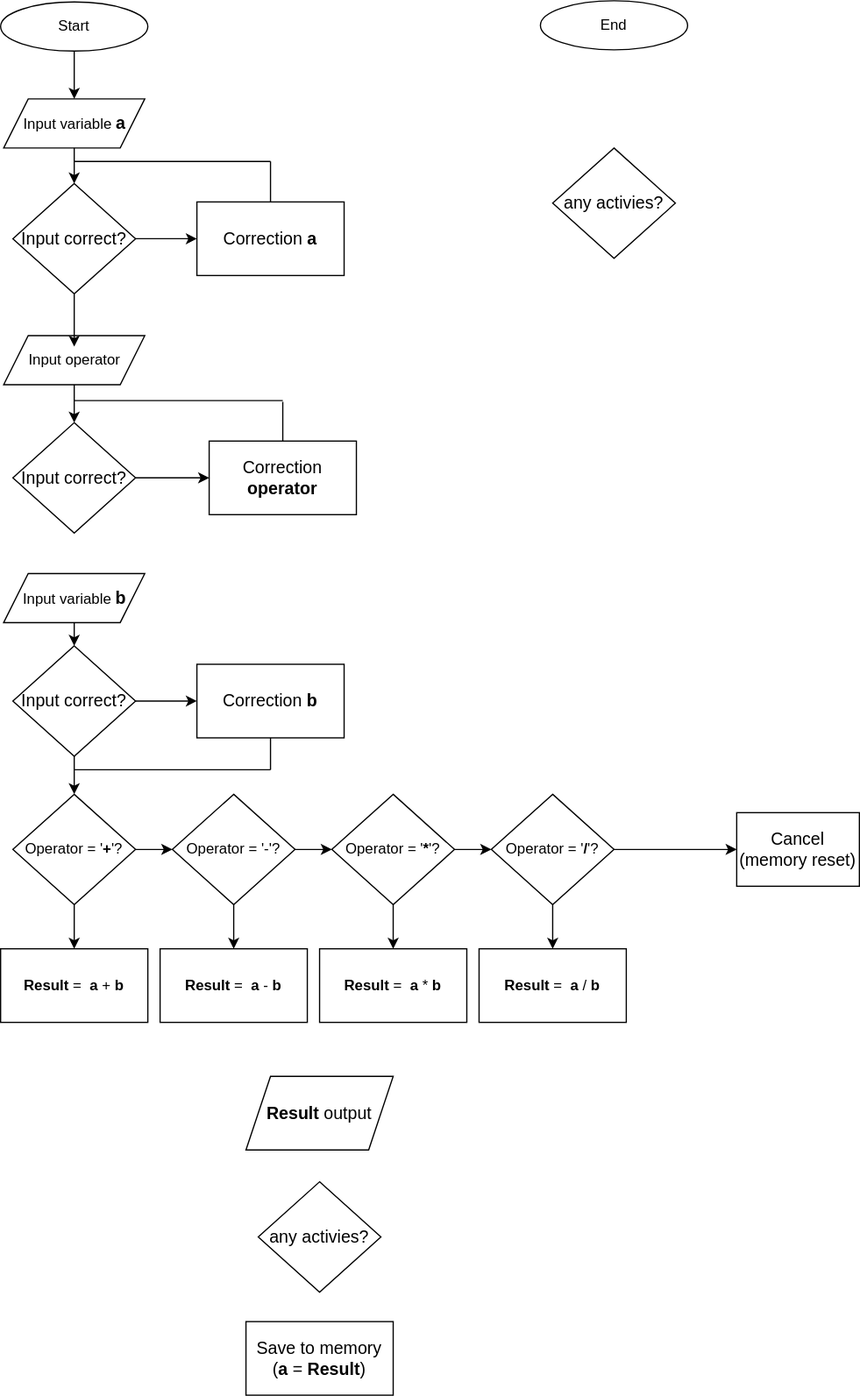
Earlier version of the draw.io export calculator.drawio.svg (nfedetsky/data_science). Source tidied: cells renumbered, new cells last; positions are measured from the earlier drawing's top-left corner, leaving out a move shared by most shapes.
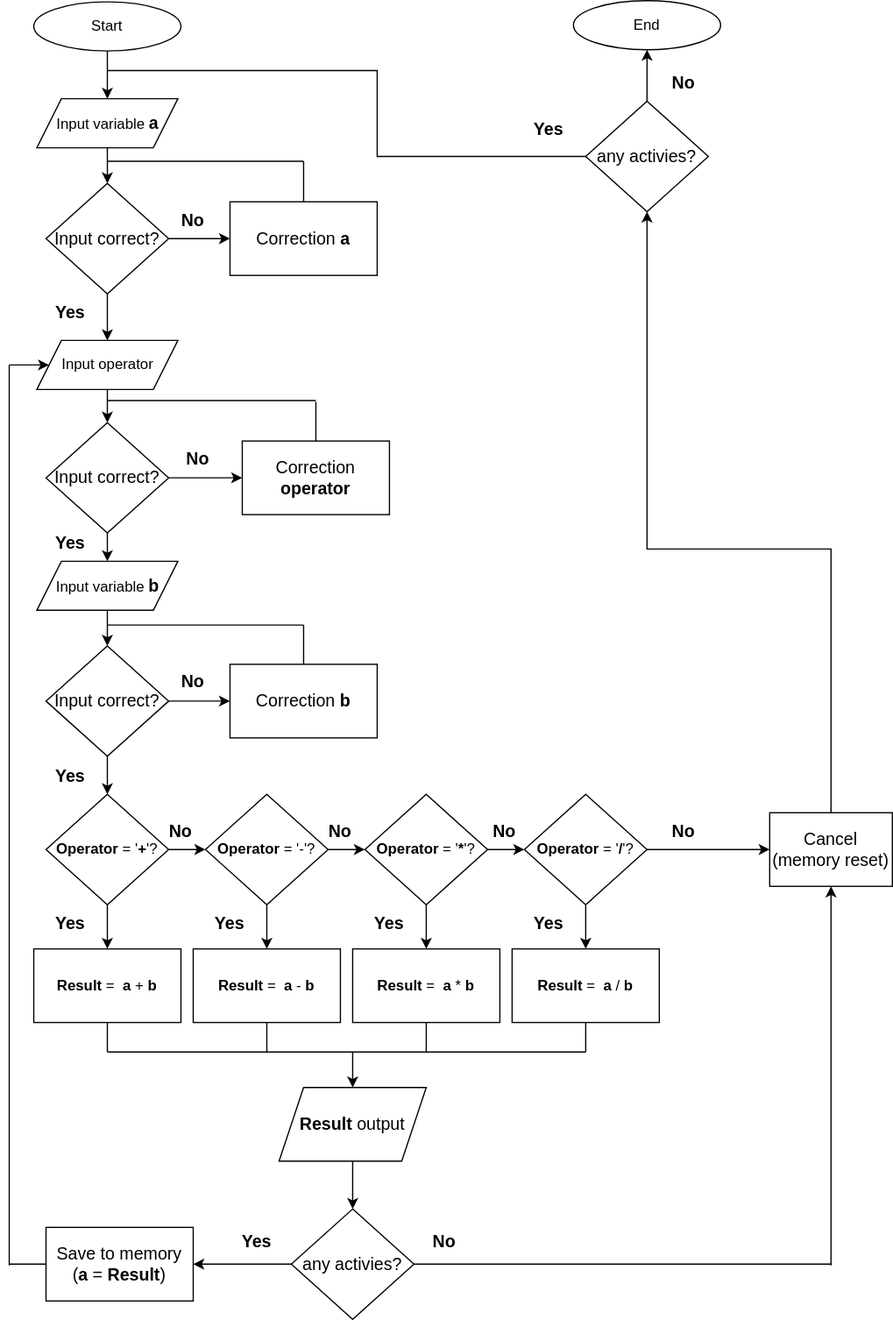
After the commit.

The edit, as a diff of the source:
```diff
@@ -9,21 +9,21 @@
       <mxGeometry x="2.5" y="80" width="115" height="40" as="geometry" />
     </mxCell>
     <mxCell id="4" value="Input operator" style="shape=parallelogram;perimeter=parallelogramPerimeter;whiteSpace=wrap;html=1;fixedSize=1;" parent="1" vertex="1">
-      <mxGeometry x="2.5" y="273" width="115" height="40" as="geometry" />
+      <mxGeometry x="2.5" y="277" width="115" height="40" as="geometry" />
     </mxCell>
     <mxCell id="5" value="Input variable &lt;b&gt;&lt;font style=&quot;font-size: 14px;&quot;&gt;b&lt;/font&gt;&lt;/b&gt;" style="shape=parallelogram;perimeter=parallelogramPerimeter;whiteSpace=wrap;html=1;fixedSize=1;" parent="1" vertex="1">
-      <mxGeometry x="2.5" y="467" width="115" height="40" as="geometry" />
+      <mxGeometry x="2.5" y="457" width="115" height="40" as="geometry" />
     </mxCell>
-    <mxCell id="6" value="Operator = '&lt;b&gt;+&lt;/b&gt;'?" style="rhombus;whiteSpace=wrap;html=1;" parent="1" vertex="1">
+    <mxCell id="6" value="&lt;b&gt;Operator&lt;/b&gt; = '&lt;b&gt;+&lt;/b&gt;'?" style="rhombus;whiteSpace=wrap;html=1;" parent="1" vertex="1">
       <mxGeometry x="10" y="647" width="100" height="90" as="geometry" />
     </mxCell>
-    <mxCell id="7" value="Operator = '-'?" style="rhombus;whiteSpace=wrap;html=1;" parent="1" vertex="1">
+    <mxCell id="7" value="&lt;b&gt;Operator&lt;/b&gt; = '-'?" style="rhombus;whiteSpace=wrap;html=1;" parent="1" vertex="1">
       <mxGeometry x="140" y="647" width="100" height="90" as="geometry" />
     </mxCell>
-    <mxCell id="8" value="Operator = '&lt;b&gt;*&lt;/b&gt;'?" style="rhombus;whiteSpace=wrap;html=1;" parent="1" vertex="1">
+    <mxCell id="8" value="&lt;b&gt;Operator&lt;/b&gt; = '&lt;b&gt;*&lt;/b&gt;'?" style="rhombus;whiteSpace=wrap;html=1;" parent="1" vertex="1">
       <mxGeometry x="270" y="647" width="100" height="90" as="geometry" />
     </mxCell>
-    <mxCell id="9" value="Operator = '&lt;b&gt;/&lt;/b&gt;'?" style="rhombus;whiteSpace=wrap;html=1;" parent="1" vertex="1">
+    <mxCell id="9" value="&lt;b&gt;Operator&lt;/b&gt; = '&lt;b&gt;/&lt;/b&gt;'?" style="rhombus;whiteSpace=wrap;html=1;" parent="1" vertex="1">
       <mxGeometry x="400" y="647" width="100" height="90" as="geometry" />
     </mxCell>
     <mxCell id="10" value="&lt;b&gt;Result&lt;/b&gt; =&amp;nbsp; &lt;b&gt;a&lt;/b&gt; + &lt;b&gt;b&lt;/b&gt;" style="rounded=0;whiteSpace=wrap;html=1;" parent="1" vertex="1">
@@ -39,19 +39,19 @@
       <mxGeometry x="390" y="773" width="120" height="60" as="geometry" />
     </mxCell>
     <mxCell id="14" value="&lt;b&gt;Result&lt;/b&gt; output" style="shape=parallelogram;perimeter=parallelogramPerimeter;whiteSpace=wrap;html=1;fixedSize=1;fontSize=14;" parent="1" vertex="1">
-      <mxGeometry x="200" y="877" width="120" height="60" as="geometry" />
+      <mxGeometry x="200" y="886" width="120" height="60" as="geometry" />
     </mxCell>
     <mxCell id="15" value="any activies?" style="rhombus;whiteSpace=wrap;html=1;fontSize=14;" parent="1" vertex="1">
-      <mxGeometry x="210" y="963" width="100" height="90" as="geometry" />
+      <mxGeometry x="210" y="985" width="100" height="90" as="geometry" />
     </mxCell>
     <mxCell id="16" value="Cancel&lt;br&gt;(memory reset)" style="rounded=0;whiteSpace=wrap;html=1;fontSize=14;" parent="1" vertex="1">
       <mxGeometry x="600" y="662" width="100" height="60" as="geometry" />
     </mxCell>
     <mxCell id="17" value="Save to memory&lt;br&gt;(&lt;b&gt;a&lt;/b&gt; = &lt;b&gt;Result&lt;/b&gt;)" style="rounded=0;whiteSpace=wrap;html=1;fontSize=14;" parent="1" vertex="1">
-      <mxGeometry x="200" y="1077" width="120" height="60" as="geometry" />
+      <mxGeometry x="10" y="1000" width="120" height="60" as="geometry" />
     </mxCell>
     <mxCell id="18" value="any activies?" style="rhombus;whiteSpace=wrap;html=1;fontSize=14;" parent="1" vertex="1">
-      <mxGeometry x="450" y="120" width="100" height="90" as="geometry" />
+      <mxGeometry x="450" y="82" width="100" height="90" as="geometry" />
     </mxCell>
     <mxCell id="19" value="Input correct?" style="rhombus;whiteSpace=wrap;html=1;fontSize=14;" parent="1" vertex="1">
       <mxGeometry x="10" y="149" width="100" height="90" as="geometry" />
@@ -83,10 +83,8 @@
     <mxCell id="28" style="endArrow=classic;html=1;rounded=0;fontSize=14;exitX=1;exitY=0.5;exitDx=0;exitDy=0;entryX=0;entryY=0.5;entryDx=0;entryDy=0;" parent="1" edge="1" source="19" target="20">
       <mxGeometry relative="1" as="geometry" />
     </mxCell>
-    <mxCell id="29" style="endArrow=classic;html=1;rounded=0;fontSize=14;exitX=0.5;exitY=1;exitDx=0;exitDy=0;entryX=0.5;entryY=0;entryDx=0;entryDy=0;" parent="1" edge="1" source="19">
-      <mxGeometry relative="1" as="geometry">
-        <mxPoint x="60" y="282" as="targetPoint" />
-      </mxGeometry>
+    <mxCell id="29" style="endArrow=classic;html=1;rounded=0;fontSize=14;exitX=0.5;exitY=1;exitDx=0;exitDy=0;entryX=0.5;entryY=0;entryDx=0;entryDy=0;" parent="1" edge="1" source="19" target="4">
+      <mxGeometry relative="1" as="geometry" />
     </mxCell>
     <mxCell id="30" style="endArrow=none;html=1;rounded=0;fontSize=14;entryX=0.5;entryY=0;entryDx=0;entryDy=0;" parent="1" edge="1" target="20">
       <mxGeometry relative="1" as="geometry">
@@ -125,15 +123,15 @@
     <mxCell id="38" style="endArrow=classic;html=1;rounded=0;fontSize=14;exitX=0.5;exitY=1;exitDx=0;exitDy=0;entryX=0.5;entryY=0;entryDx=0;entryDy=0;" parent="1" edge="1" source="24" target="6">
       <mxGeometry relative="1" as="geometry" />
     </mxCell>
-    <mxCell id="39" style="endArrow=none;html=1;rounded=0;fontSize=14;exitX=0.5;exitY=1;exitDx=0;exitDy=0;" parent="1" edge="1" source="22">
+    <mxCell id="39" style="endArrow=none;html=1;rounded=0;fontSize=14;exitX=0.5;exitY=1;exitDx=0;exitDy=0;entryX=0.5;entryY=0;entryDx=0;entryDy=0;" parent="1" edge="1" target="22">
       <mxGeometry relative="1" as="geometry">
-        <mxPoint x="220" y="627" as="targetPoint" />
+        <mxPoint x="220" y="509" as="sourcePoint" />
       </mxGeometry>
     </mxCell>
     <mxCell id="40" style="endArrow=none;html=1;rounded=0;fontSize=14;" parent="1" edge="1">
       <mxGeometry relative="1" as="geometry">
-        <mxPoint x="220" y="627" as="sourcePoint" />
-        <mxPoint x="60" y="627" as="targetPoint" />
+        <mxPoint x="220" y="509" as="sourcePoint" />
+        <mxPoint x="60" y="509" as="targetPoint" />
       </mxGeometry>
     </mxCell>
     <mxCell id="41" style="endArrow=classic;html=1;rounded=0;fontSize=14;exitX=0.5;exitY=1;exitDx=0;exitDy=0;entryX=0.5;entryY=0;entryDx=0;entryDy=0;" parent="1" edge="1" source="6" target="10">
@@ -160,5 +158,150 @@
     <mxCell id="48" style="endArrow=classic;html=1;rounded=0;fontSize=14;exitX=1;exitY=0.5;exitDx=0;exitDy=0;entryX=0;entryY=0.5;entryDx=0;entryDy=0;" parent="1" edge="1" source="9" target="16">
       <mxGeometry relative="1" as="geometry" />
     </mxCell>
+    <mxCell id="49" style="endArrow=classic;html=1;rounded=0;fontSize=14;exitX=0.5;exitY=1;exitDx=0;exitDy=0;entryX=0.5;entryY=0;entryDx=0;entryDy=0;" parent="1" edge="1" source="23" target="5">
+      <mxGeometry relative="1" as="geometry" />
+    </mxCell>
+    <mxCell id="50" style="endArrow=none;html=1;rounded=0;fontSize=14;entryX=0.5;entryY=1;entryDx=0;entryDy=0;" parent="1" edge="1" target="10">
+      <mxGeometry relative="1" as="geometry">
+        <mxPoint x="60" y="857" as="sourcePoint" />
+      </mxGeometry>
+    </mxCell>
+    <mxCell id="51" style="endArrow=none;html=1;rounded=0;fontSize=14;entryX=0.5;entryY=1;entryDx=0;entryDy=0;" parent="1" edge="1" target="11">
+      <mxGeometry relative="1" as="geometry">
+        <mxPoint x="190" y="857" as="sourcePoint" />
+      </mxGeometry>
+    </mxCell>
+    <mxCell id="52" style="endArrow=none;html=1;rounded=0;fontSize=14;entryX=0.5;entryY=1;entryDx=0;entryDy=0;" parent="1" edge="1" target="12">
+      <mxGeometry relative="1" as="geometry">
+        <mxPoint x="320" y="857" as="sourcePoint" />
+      </mxGeometry>
+    </mxCell>
+    <mxCell id="53" style="endArrow=none;html=1;rounded=0;fontSize=14;entryX=0.5;entryY=1;entryDx=0;entryDy=0;" parent="1" edge="1" target="13">
+      <mxGeometry relative="1" as="geometry">
+        <mxPoint x="450" y="857" as="sourcePoint" />
+      </mxGeometry>
+    </mxCell>
+    <mxCell id="54" style="endArrow=none;html=1;rounded=0;fontSize=14;" parent="1" edge="1">
+      <mxGeometry relative="1" as="geometry">
+        <mxPoint x="60" y="857" as="sourcePoint" />
+        <mxPoint x="450" y="857" as="targetPoint" />
+      </mxGeometry>
+    </mxCell>
+    <mxCell id="55" style="endArrow=classic;html=1;rounded=0;fontSize=14;entryX=0.5;entryY=0;entryDx=0;entryDy=0;" parent="1" edge="1" target="14">
+      <mxGeometry relative="1" as="geometry">
+        <mxPoint x="260" y="857" as="sourcePoint" />
+      </mxGeometry>
+    </mxCell>
+    <mxCell id="56" style="endArrow=classic;html=1;rounded=0;fontSize=14;exitX=0.5;exitY=1;exitDx=0;exitDy=0;entryX=0.5;entryY=0;entryDx=0;entryDy=0;" parent="1" edge="1" source="14">
+      <mxGeometry relative="1" as="geometry">
+        <mxPoint x="260" y="985" as="targetPoint" />
+      </mxGeometry>
+    </mxCell>
+    <mxCell id="57" style="endArrow=classic;html=1;rounded=0;fontSize=14;exitX=0;exitY=0.5;exitDx=0;exitDy=0;entryX=1;entryY=0.5;entryDx=0;entryDy=0;" parent="1" edge="1" target="17">
+      <mxGeometry relative="1" as="geometry">
+        <mxPoint x="210" y="1030" as="sourcePoint" />
+      </mxGeometry>
+    </mxCell>
+    <mxCell id="58" style="endArrow=none;html=1;rounded=0;fontSize=14;exitX=0;exitY=0.5;exitDx=0;exitDy=0;" parent="1" edge="1" source="17">
+      <mxGeometry relative="1" as="geometry">
+        <mxPoint x="-20" y="1030" as="targetPoint" />
+      </mxGeometry>
+    </mxCell>
+    <mxCell id="59" style="endArrow=none;html=1;rounded=0;fontSize=14;exitX=1;exitY=0.5;exitDx=0;exitDy=0;" parent="1" edge="1">
+      <mxGeometry relative="1" as="geometry">
+        <mxPoint x="310" y="1030" as="sourcePoint" />
+        <mxPoint x="650" y="1030" as="targetPoint" />
+      </mxGeometry>
+    </mxCell>
+    <mxCell id="60" style="endArrow=classic;html=1;rounded=0;fontSize=14;entryX=0.5;entryY=1;entryDx=0;entryDy=0;" parent="1" edge="1" target="16">
+      <mxGeometry relative="1" as="geometry">
+        <mxPoint x="650" y="1031" as="sourcePoint" />
+      </mxGeometry>
+    </mxCell>
+    <mxCell id="61" style="endArrow=none;html=1;rounded=0;fontSize=14;" parent="1" edge="1">
+      <mxGeometry relative="1" as="geometry">
+        <mxPoint x="-20" y="1031" as="sourcePoint" />
+        <mxPoint x="-20" y="297" as="targetPoint" />
+      </mxGeometry>
+    </mxCell>
+    <mxCell id="62" style="endArrow=classic;html=1;rounded=0;fontSize=14;entryX=0;entryY=0.5;entryDx=0;entryDy=0;" parent="1" edge="1" target="4">
+      <mxGeometry relative="1" as="geometry">
+        <mxPoint x="-20" y="297" as="sourcePoint" />
+      </mxGeometry>
+    </mxCell>
+    <mxCell id="63" style="endArrow=classic;html=1;rounded=0;fontSize=14;exitX=0.5;exitY=0;exitDx=0;exitDy=0;entryX=0.5;entryY=1;entryDx=0;entryDy=0;" parent="1" edge="1" source="16" target="18">
+      <mxGeometry relative="1" as="geometry">
+        <Array as="points">
+          <mxPoint x="650" y="447" />
+          <mxPoint x="500" y="447" />
+        </Array>
+      </mxGeometry>
+    </mxCell>
+    <mxCell id="64" style="endArrow=none;html=1;rounded=0;fontSize=14;entryX=0;entryY=0.5;entryDx=0;entryDy=0;" parent="1" edge="1" target="18">
+      <mxGeometry relative="1" as="geometry">
+        <mxPoint x="60" y="57" as="sourcePoint" />
+        <Array as="points">
+          <mxPoint x="280" y="57" />
+          <mxPoint x="280" y="127" />
+        </Array>
+      </mxGeometry>
+    </mxCell>
+    <mxCell id="65" style="endArrow=classic;html=1;rounded=0;fontSize=14;entryX=0.5;entryY=1;entryDx=0;entryDy=0;exitX=0.5;exitY=0;exitDx=0;exitDy=0;" parent="1" edge="1" source="18" target="25">
+      <mxGeometry relative="1" as="geometry" />
+    </mxCell>
+    <mxCell id="66" value="&lt;b&gt;Yes&lt;/b&gt;" style="text;html=1;strokeColor=none;fillColor=none;align=center;verticalAlign=middle;whiteSpace=wrap;rounded=0;fontSize=14;" parent="1" vertex="1">
+      <mxGeometry x="152" y="997" width="60" height="30" as="geometry" />
+    </mxCell>
+    <mxCell id="67" value="&lt;b&gt;No&lt;/b&gt;" style="text;html=1;strokeColor=none;fillColor=none;align=center;verticalAlign=middle;whiteSpace=wrap;rounded=0;fontSize=14;" parent="1" vertex="1">
+      <mxGeometry x="90" y="662" width="60" height="30" as="geometry" />
+    </mxCell>
+    <mxCell id="68" value="&lt;b&gt;Yes&lt;/b&gt;" style="text;html=1;strokeColor=none;fillColor=none;align=center;verticalAlign=middle;whiteSpace=wrap;rounded=0;fontSize=14;" parent="1" vertex="1">
+      <mxGeometry y="427" width="60" height="30" as="geometry" />
+    </mxCell>
+    <mxCell id="69" value="&lt;b&gt;Yes&lt;/b&gt;" style="text;html=1;strokeColor=none;fillColor=none;align=center;verticalAlign=middle;whiteSpace=wrap;rounded=0;fontSize=14;" parent="1" vertex="1">
+      <mxGeometry y="617" width="60" height="30" as="geometry" />
+    </mxCell>
+    <mxCell id="70" value="&lt;b&gt;Yes&lt;/b&gt;" style="text;html=1;strokeColor=none;fillColor=none;align=center;verticalAlign=middle;whiteSpace=wrap;rounded=0;fontSize=14;" parent="1" vertex="1">
+      <mxGeometry x="260" y="737" width="60" height="30" as="geometry" />
+    </mxCell>
+    <mxCell id="71" value="&lt;b&gt;Yes&lt;/b&gt;" style="text;html=1;strokeColor=none;fillColor=none;align=center;verticalAlign=middle;whiteSpace=wrap;rounded=0;fontSize=14;" parent="1" vertex="1">
+      <mxGeometry y="239" width="60" height="30" as="geometry" />
+    </mxCell>
+    <mxCell id="72" value="&lt;b&gt;No&lt;/b&gt;" style="text;html=1;strokeColor=none;fillColor=none;align=center;verticalAlign=middle;whiteSpace=wrap;rounded=0;fontSize=14;" parent="1" vertex="1">
+      <mxGeometry x="100" y="540" width="60" height="30" as="geometry" />
+    </mxCell>
+    <mxCell id="73" value="&lt;b&gt;No&lt;/b&gt;" style="text;html=1;strokeColor=none;fillColor=none;align=center;verticalAlign=middle;whiteSpace=wrap;rounded=0;fontSize=14;" parent="1" vertex="1">
+      <mxGeometry x="104" y="359" width="60" height="30" as="geometry" />
+    </mxCell>
+    <mxCell id="74" value="&lt;b&gt;No&lt;/b&gt;" style="text;html=1;strokeColor=none;fillColor=none;align=center;verticalAlign=middle;whiteSpace=wrap;rounded=0;fontSize=14;" parent="1" vertex="1">
+      <mxGeometry x="100" y="164" width="60" height="30" as="geometry" />
+    </mxCell>
+    <mxCell id="75" value="&lt;b&gt;No&lt;/b&gt;" style="text;html=1;strokeColor=none;fillColor=none;align=center;verticalAlign=middle;whiteSpace=wrap;rounded=0;fontSize=14;" parent="1" vertex="1">
+      <mxGeometry x="500" y="662" width="60" height="30" as="geometry" />
+    </mxCell>
+    <mxCell id="76" value="&lt;b&gt;No&lt;/b&gt;" style="text;html=1;strokeColor=none;fillColor=none;align=center;verticalAlign=middle;whiteSpace=wrap;rounded=0;fontSize=14;" parent="1" vertex="1">
+      <mxGeometry x="354" y="662" width="60" height="30" as="geometry" />
+    </mxCell>
+    <mxCell id="77" value="&lt;b&gt;No&lt;/b&gt;" style="text;html=1;strokeColor=none;fillColor=none;align=center;verticalAlign=middle;whiteSpace=wrap;rounded=0;fontSize=14;" parent="1" vertex="1">
+      <mxGeometry x="220" y="662" width="60" height="30" as="geometry" />
+    </mxCell>
+    <mxCell id="78" value="&lt;b&gt;No&lt;/b&gt;" style="text;html=1;strokeColor=none;fillColor=none;align=center;verticalAlign=middle;whiteSpace=wrap;rounded=0;fontSize=14;" parent="1" vertex="1">
+      <mxGeometry x="305" y="997" width="60" height="30" as="geometry" />
+    </mxCell>
+    <mxCell id="79" value="&lt;b&gt;Yes&lt;/b&gt;" style="text;html=1;strokeColor=none;fillColor=none;align=center;verticalAlign=middle;whiteSpace=wrap;rounded=0;fontSize=14;" parent="1" vertex="1">
+      <mxGeometry x="130" y="737" width="60" height="30" as="geometry" />
+    </mxCell>
+    <mxCell id="80" value="&lt;b&gt;Yes&lt;/b&gt;" style="text;html=1;strokeColor=none;fillColor=none;align=center;verticalAlign=middle;whiteSpace=wrap;rounded=0;fontSize=14;" parent="1" vertex="1">
+      <mxGeometry x="390" y="737" width="60" height="30" as="geometry" />
+    </mxCell>
+    <mxCell id="81" value="&lt;b&gt;Yes&lt;/b&gt;" style="text;html=1;strokeColor=none;fillColor=none;align=center;verticalAlign=middle;whiteSpace=wrap;rounded=0;fontSize=14;" parent="1" vertex="1">
+      <mxGeometry x="390" y="90" width="60" height="30" as="geometry" />
+    </mxCell>
+    <mxCell id="82" value="&lt;b&gt;Yes&lt;/b&gt;" style="text;html=1;strokeColor=none;fillColor=none;align=center;verticalAlign=middle;whiteSpace=wrap;rounded=0;fontSize=14;" parent="1" vertex="1">
+      <mxGeometry y="737" width="60" height="30" as="geometry" />
+    </mxCell>
+    <mxCell id="83" value="&lt;b&gt;No&lt;/b&gt;" style="text;html=1;strokeColor=none;fillColor=none;align=center;verticalAlign=middle;whiteSpace=wrap;rounded=0;fontSize=14;" parent="1" vertex="1">
+      <mxGeometry x="500" y="52" width="60" height="30" as="geometry" />
+    </mxCell>
   </root>
 </mxGraphModel>
```
